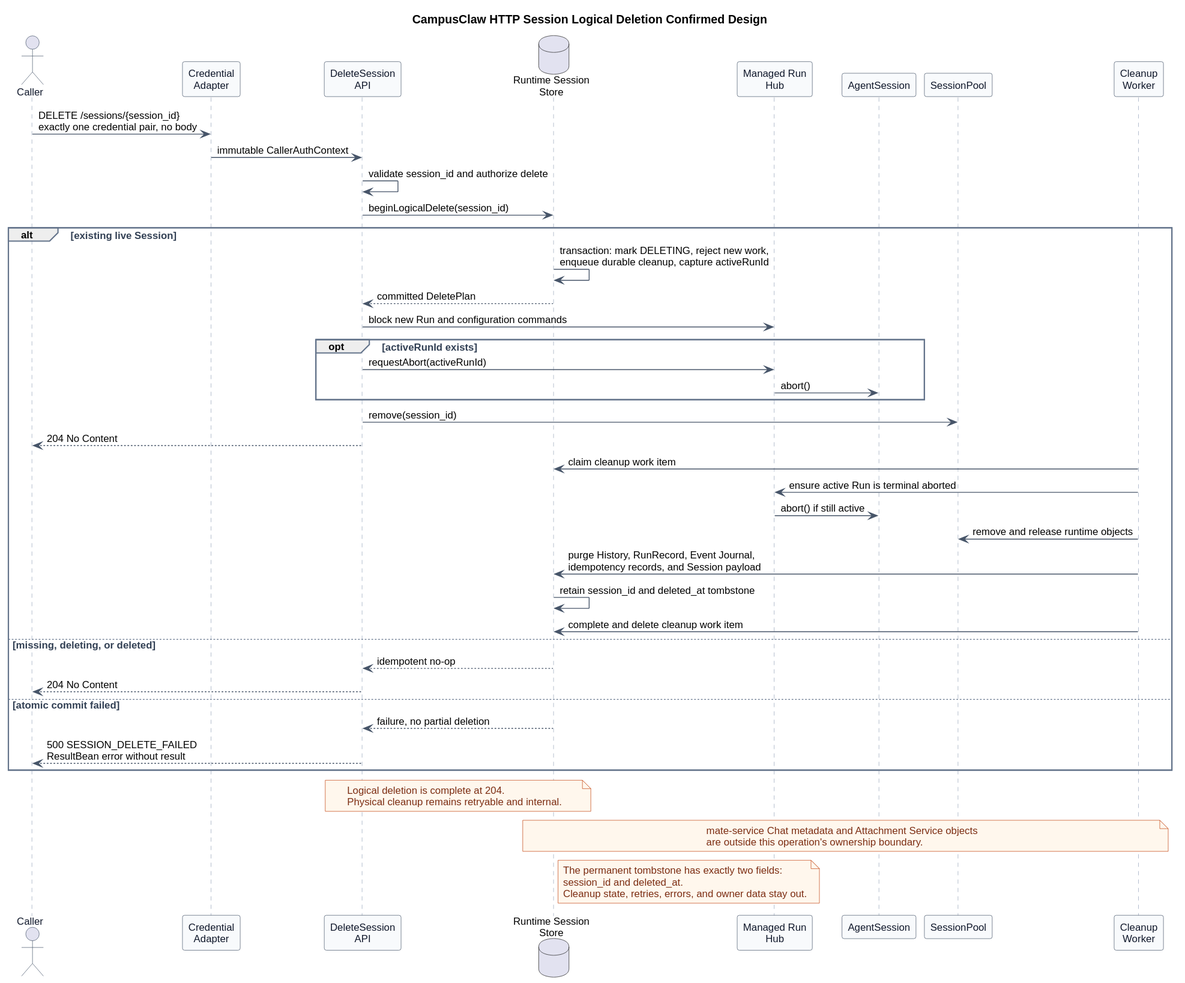
This is pi-mono-java-manager-driven-multi-agent-runtime/http_delete_session.svg from ssm0808/pi-mono-java-design, a PlantUML export, as it was before one commit.
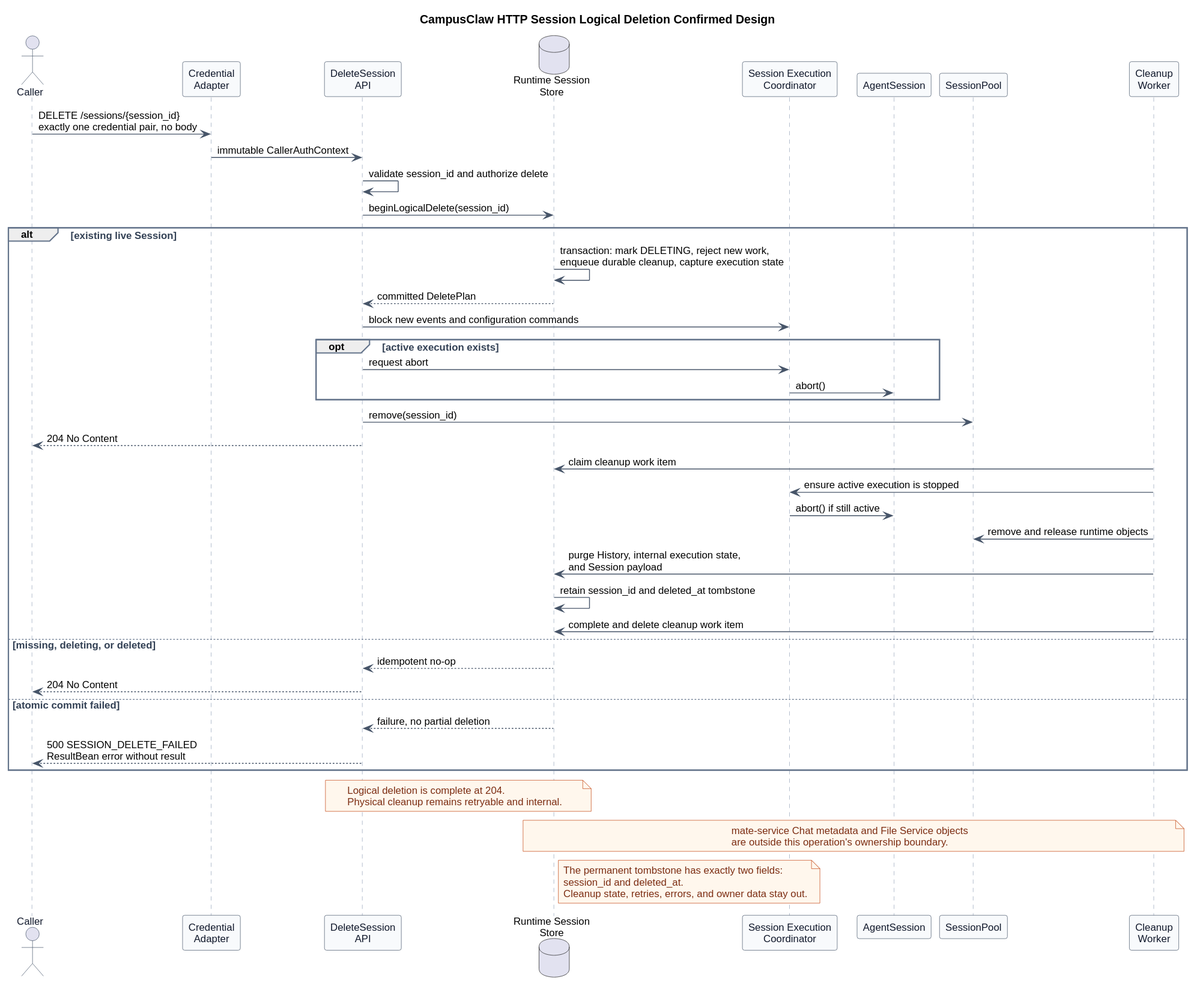
Later version of the same file.

The edit, as a diff of the source:
```diff
@@ -28,7 +28,7 @@
 participant "Credential\nAdapter" as Auth
 participant "DeleteSession\nAPI" as API
 database "Runtime Session\nStore" as Store
-participant "Managed Run\nHub" as Hub
+participant "Session Execution\nCoordinator" as Execution
 participant AgentSession
 participant SessionPool
 participant "Cleanup\nWorker" as Worker
@@ -39,20 +39,20 @@
 API -> Store : beginLogicalDelete(session_id)
 
 alt existing live Session
-  Store -> Store : transaction: mark DELETING, reject new work,\nenqueue durable cleanup, capture activeRunId
+  Store -> Store : transaction: mark DELETING, reject new work,\nenqueue durable cleanup, capture execution state
   Store --> API : committed DeletePlan
-  API -> Hub : block new Run and configuration commands
-  opt activeRunId exists
-    API -> Hub : requestAbort(activeRunId)
-    Hub -> AgentSession : abort()
+  API -> Execution : block new events and configuration commands
+  opt active execution exists
+    API -> Execution : request abort
+    Execution -> AgentSession : abort()
   end
   API -> SessionPool : remove(session_id)
   API --> Caller : 204 No Content
   Worker -> Store : claim cleanup work item
-  Worker -> Hub : ensure active Run is terminal aborted
-  Hub -> AgentSession : abort() if still active
+  Worker -> Execution : ensure active execution is stopped
+  Execution -> AgentSession : abort() if still active
   Worker -> SessionPool : remove and release runtime objects
-  Worker -> Store : purge History, RunRecord, Event Journal,\nidempotency records, and Session payload
+  Worker -> Store : purge History, internal execution state,\nand Session payload
   Store -> Store : retain session_id and deleted_at tombstone
   Worker -> Store : complete and delete cleanup work item
 else missing, deleting, or deleted
@@ -69,7 +69,7 @@
 end note
 
 note over Store,Worker
-mate-service Chat metadata and Attachment Service objects
+mate-service Chat metadata and File Service objects
 are outside this operation's ownership boundary.
 end note
 
```
